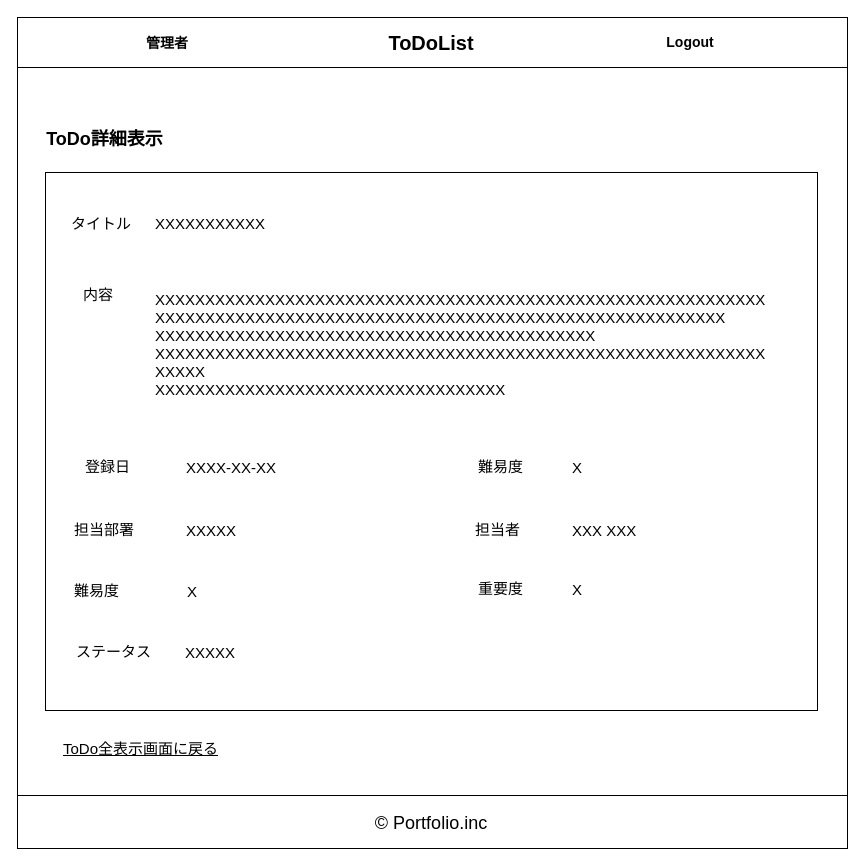
This is portfolio03/01/layout/todo_detail_show/portfolio03_01_todo_detail_show.drawio from RRRYOOO/portfolio, a draw.io file, before an edit. Source tidied: cells renumbered, new cells numbered last; positions are measured from the earlier drawing's top-left corner, leaving out a move shared by most shapes. Both pictures are drawn from the tidied source at 100%, with x=0, y=0 at pixel (17, 17).
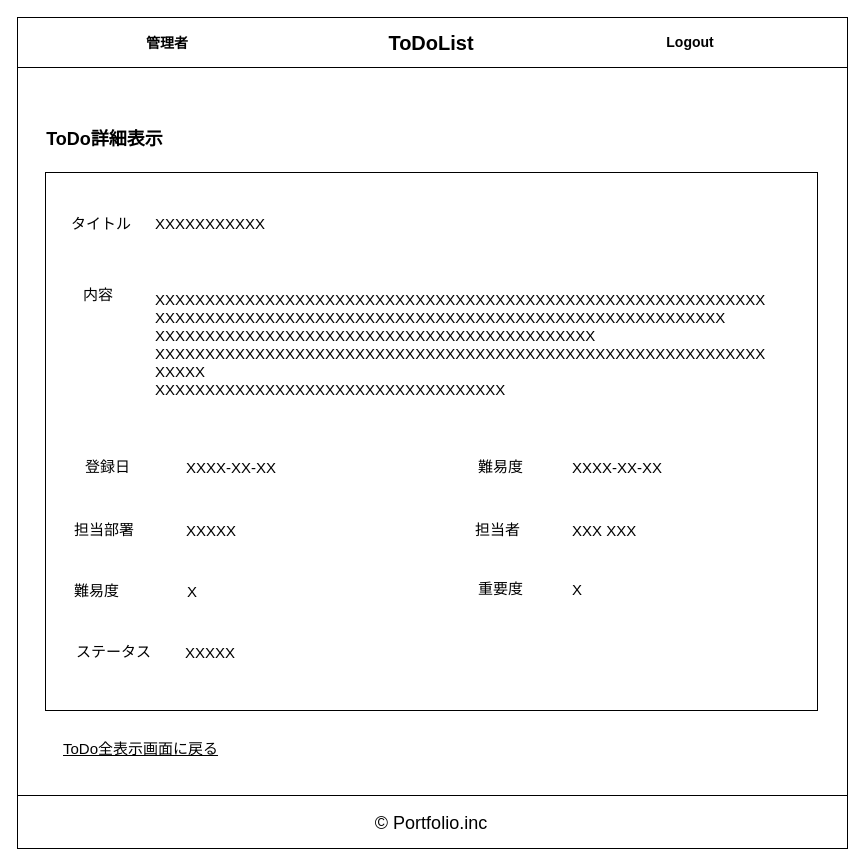
The same page after the edit.

What changed in the source:
```diff
@@
-    <mxCell id="23" value="X" style="rounded=0;whiteSpace=wrap;html=1;fontSize=15;align=left;strokeColor=none;fontStyle=0;" parent="1" vertex="1">
+    <mxCell id="23" value="XXXX-XX-XX" style="rounded=0;whiteSpace=wrap;html=1;fontSize=15;align=left;strokeColor=none;fontStyle=0;" parent="1" vertex="1">
       <mxGeometry x="553" y="436" width="148" height="28" as="geometry" />
     </mxCell>
```
